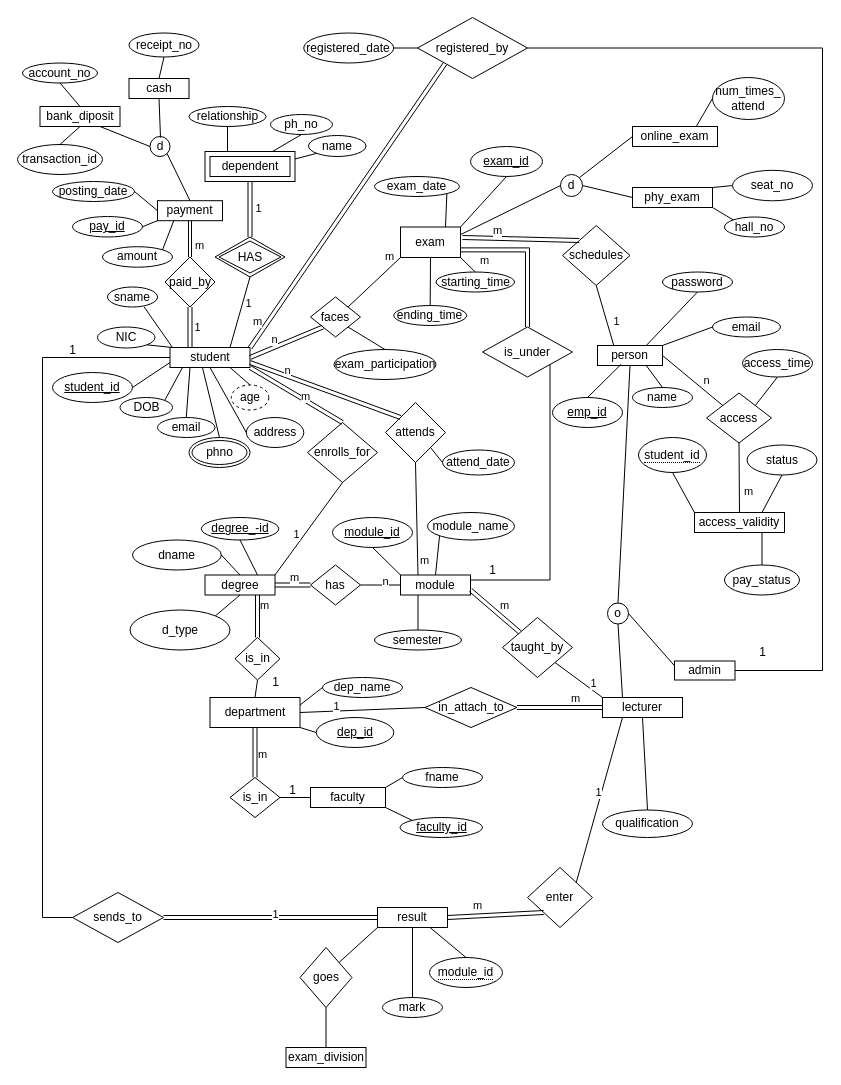
Before: management.drawio in Dinuvi9170/NSBM-Green-University, a draw.io diagram. Source tidied: cells renumbered, new cells numbered last; positions are measured from the earlier drawing's top-left corner, leaving out a move shared by most shapes. Both pictures are drawn from the tidied source at 100%, with x=0, y=0 at pixel (17, 17).
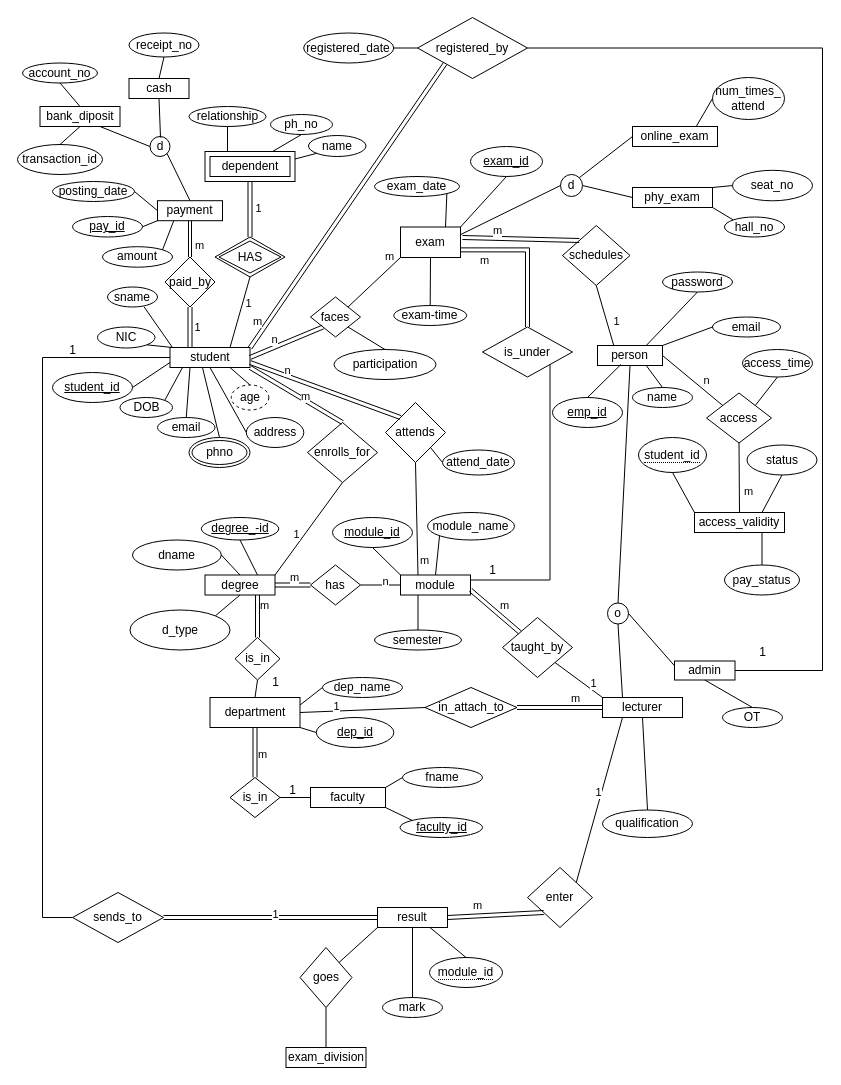
The same page after the edit.

The change refers to these unchanged cells:
```xml
<mxCell id="6" value="exam" style="rounded=0;whiteSpace=wrap;html=1;" parent="1" vertex="1">
  <mxGeometry x="383" y="209.5" width="60" height="30.5" as="geometry" />
</mxCell>
<mxCell id="178" value="admin" style="rounded=0;whiteSpace=wrap;html=1;" parent="1" vertex="1">
  <mxGeometry x="657" y="643.5" width="60.5" height="19" as="geometry" />
</mxCell>
```

The edit, as a diff of the source:
```diff
@@
-    <mxCell id="118" value="starting_time" style="ellipse;whiteSpace=wrap;html=1;align=center;" parent="1" vertex="1">
-      <mxGeometry x="418.5" y="254.5" width="78.5" height="20" as="geometry" />
-    </mxCell>
@@
-    <mxCell id="121" value="ending_time" style="ellipse;whiteSpace=wrap;html=1;align=center;" parent="1" vertex="1">
+    <mxCell id="121" value="exam-time" style="ellipse;whiteSpace=wrap;html=1;align=center;" parent="1" vertex="1">
       <mxGeometry x="376.2" y="288" width="73" height="20" as="geometry" />
     </mxCell>
@@
-    <mxCell id="126" style="endArrow=none;html=1;rounded=0;entryX=1;entryY=1;entryDx=0;entryDy=0;exitX=0.5;exitY=0;exitDx=0;exitDy=0;" parent="1" edge="1" source="118" target="6">
-      <mxGeometry relative="1" as="geometry" />
-    </mxCell>
@@
-    <mxCell id="210" value="exam_participation" style="ellipse;whiteSpace=wrap;html=1;align=center;" parent="1" vertex="1">
+    <mxCell id="210" value="participation" style="ellipse;whiteSpace=wrap;html=1;align=center;" parent="1" vertex="1">
       <mxGeometry x="316.5" y="332" width="102" height="30" as="geometry" />
     </mxCell>
@@
+    <mxCell id="214" value="OT" style="ellipse;whiteSpace=wrap;html=1;align=center;" parent="1" vertex="1">
+      <mxGeometry x="705" y="690" width="60" height="20" as="geometry" />
+    </mxCell>
+    <mxCell id="215" style="endArrow=none;html=1;rounded=0;entryX=0.5;entryY=1;entryDx=0;entryDy=0;exitX=0.5;exitY=0;exitDx=0;exitDy=0;" parent="1" edge="1" source="214" target="178">
+      <mxGeometry relative="1" as="geometry" />
+    </mxCell>
```
